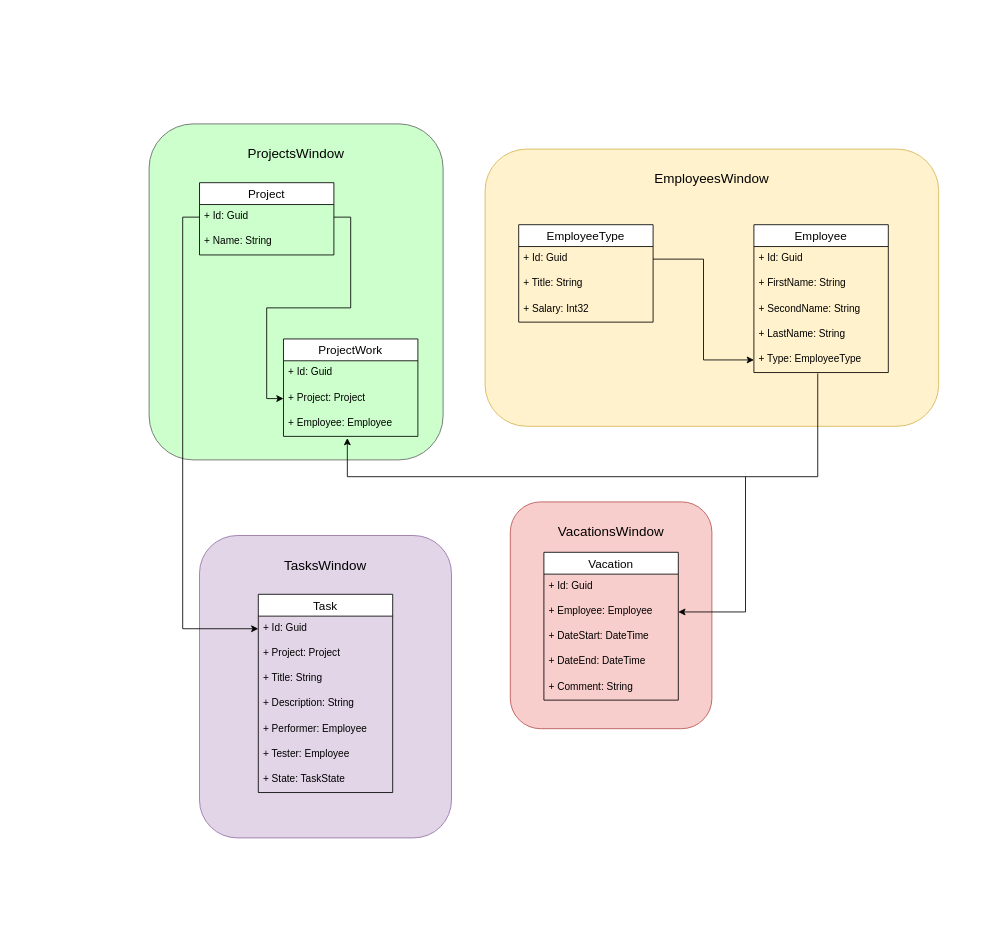
The draw.io diagram VirtuumLab_SUP.drawio in LLloKoLaDKa/sup, before the edit. Source tidied: cells renumbered, new cells numbered last; positions are measured from the earlier drawing's top-left corner, leaving out a move shared by most shapes. Both pictures are drawn from the tidied source at 84%, with x=0, y=0 at pixel (149, 123).
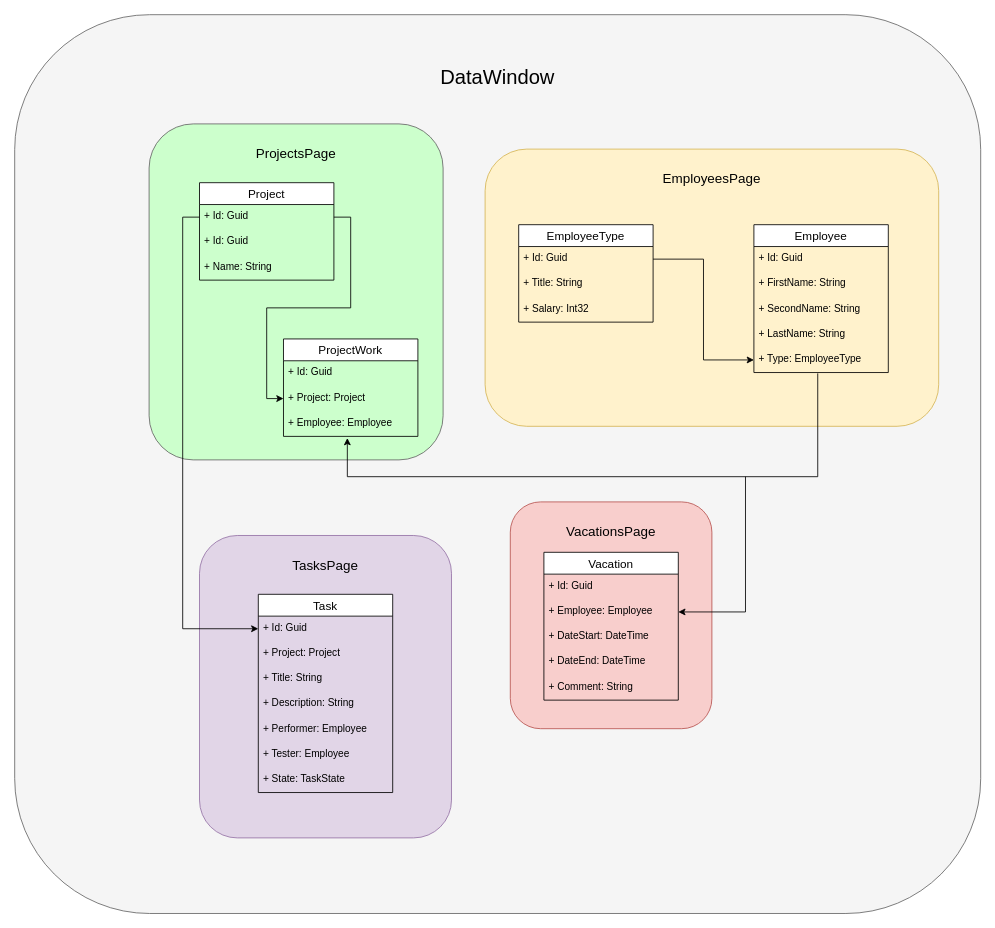
The same diagram, later.

The edit, as a diff of the source:
```diff
@@
+    <mxCell id="46" style="rounded=1;whiteSpace=wrap;html=1;fillColor=#f5f5f5;fontColor=#333333;strokeColor=#666666;" parent="1" vertex="1">
+      <mxGeometry x="-160" y="-130" width="1150" height="1070" as="geometry" />
+    </mxCell>
@@
     <mxCell id="6" value="Project" style="swimlane;fontStyle=0;horizontal=1;startSize=26;align=center;fontSize=14;fillColor=default;" parent="1" vertex="1">
-      <mxGeometry x="60" y="70" width="160" height="86" as="geometry" />
+      <mxGeometry x="60" y="70" width="160" height="116" as="geometry" />
     </mxCell>
@@
+    <mxCell id="47" value="+ Id: Guid" style="text;strokeColor=none;fillColor=none;spacingLeft=4;spacingRight=4;overflow=hidden;fontSize=12;" parent="6" vertex="1">
+      <mxGeometry y="56" width="160" height="30" as="geometry" />
+    </mxCell>
     <mxCell id="8" value="+ Name: String" style="text;strokeColor=none;fillColor=none;spacingLeft=4;spacingRight=4;overflow=hidden;fontSize=12;" parent="6" vertex="1">
-      <mxGeometry y="56" width="160" height="30" as="geometry" />
+      <mxGeometry y="86" width="160" height="30" as="geometry" />
     </mxCell>
@@
-    <mxCell id="37" value="ProjectsWindow" style="text;html=1;strokeColor=none;fillColor=none;align=center;verticalAlign=middle;whiteSpace=wrap;rounded=0;fontSize=16;" parent="1" vertex="1">
+    <mxCell id="37" value="ProjectsPage" style="text;html=1;strokeColor=none;fillColor=none;align=center;verticalAlign=middle;whiteSpace=wrap;rounded=0;fontSize=16;" parent="1" vertex="1">
       <mxGeometry y="10" width="350" height="50" as="geometry" />
     </mxCell>
-    <mxCell id="38" value="TasksWindow" style="text;html=1;strokeColor=none;fillColor=none;align=center;verticalAlign=middle;whiteSpace=wrap;rounded=0;fontSize=16;" parent="1" vertex="1">
+    <mxCell id="38" value="TasksPage" style="text;html=1;strokeColor=none;fillColor=none;align=center;verticalAlign=middle;whiteSpace=wrap;rounded=0;fontSize=16;" parent="1" vertex="1">
       <mxGeometry x="60" y="500" width="300" height="50" as="geometry" />
     </mxCell>
-    <mxCell id="39" value="EmployeesWindow" style="text;html=1;strokeColor=none;fillColor=none;align=center;verticalAlign=middle;whiteSpace=wrap;rounded=0;fontSize=16;" parent="1" vertex="1">
+    <mxCell id="39" value="EmployeesPage" style="text;html=1;strokeColor=none;fillColor=none;align=center;verticalAlign=middle;whiteSpace=wrap;rounded=0;fontSize=16;" parent="1" vertex="1">
       <mxGeometry x="400" y="40" width="540" height="50" as="geometry" />
     </mxCell>
@@
-    <mxCell id="45" value="VacationsWindow" style="text;html=1;strokeColor=none;fillColor=none;align=center;verticalAlign=middle;whiteSpace=wrap;rounded=0;fontSize=16;" parent="1" vertex="1">
+    <mxCell id="45" value="VacationsPage" style="text;html=1;strokeColor=none;fillColor=none;align=center;verticalAlign=middle;whiteSpace=wrap;rounded=0;fontSize=16;" parent="1" vertex="1">
       <mxGeometry x="430" y="460" width="240" height="50" as="geometry" />
     </mxCell>
+    <mxCell id="48" value="DataWindow" style="text;html=1;strokeColor=none;fillColor=none;align=center;verticalAlign=middle;whiteSpace=wrap;rounded=0;fontSize=24;" parent="1" vertex="1">
+      <mxGeometry x="-160" y="-80" width="1150" height="50" as="geometry" />
+    </mxCell>
```
